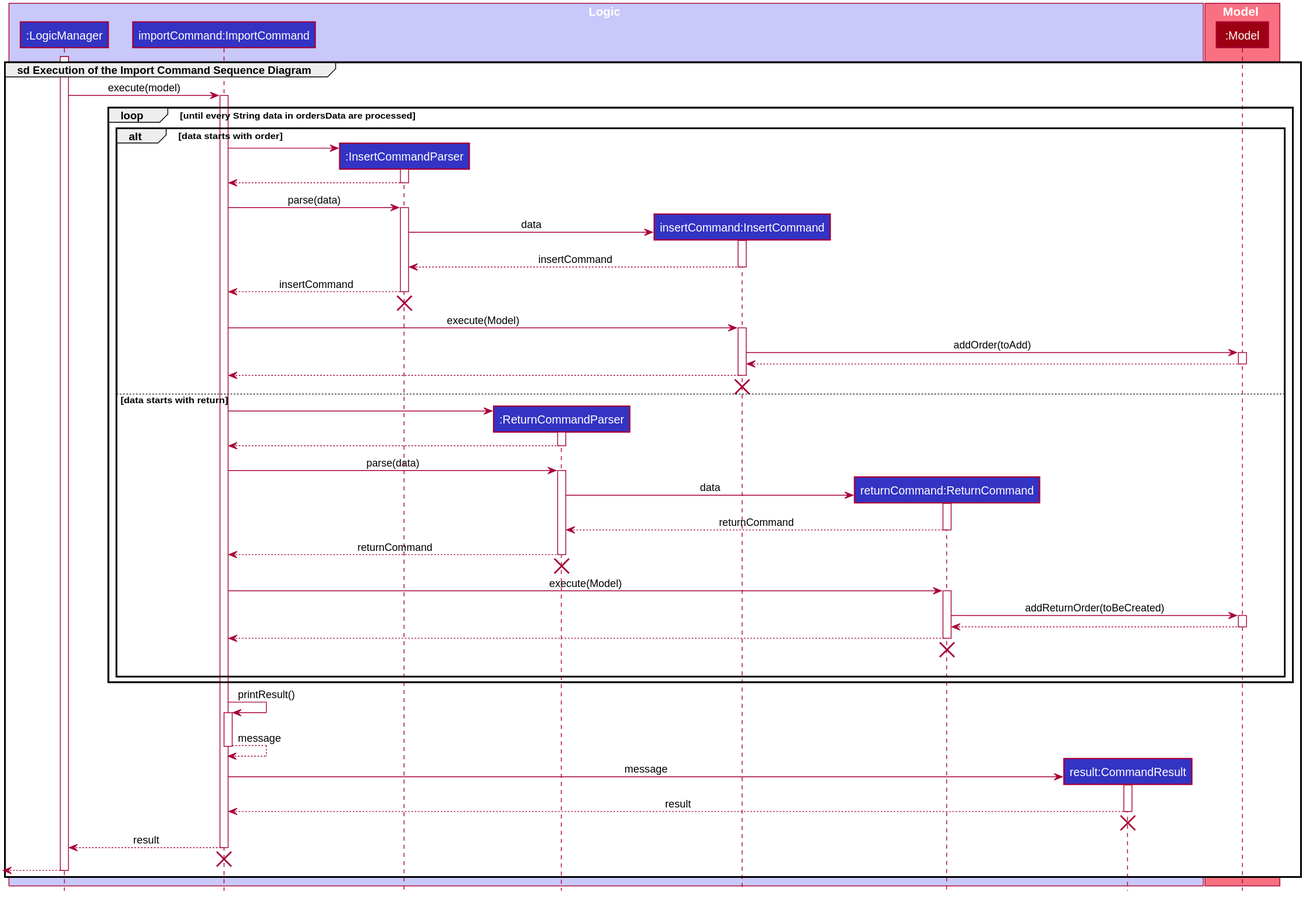
This is docs/images/ImportCommandSequenceDiagram2.svg from nus-cs2103-AY1920S2/addressbook-level3, a PlantUML export, as it was before one commit.
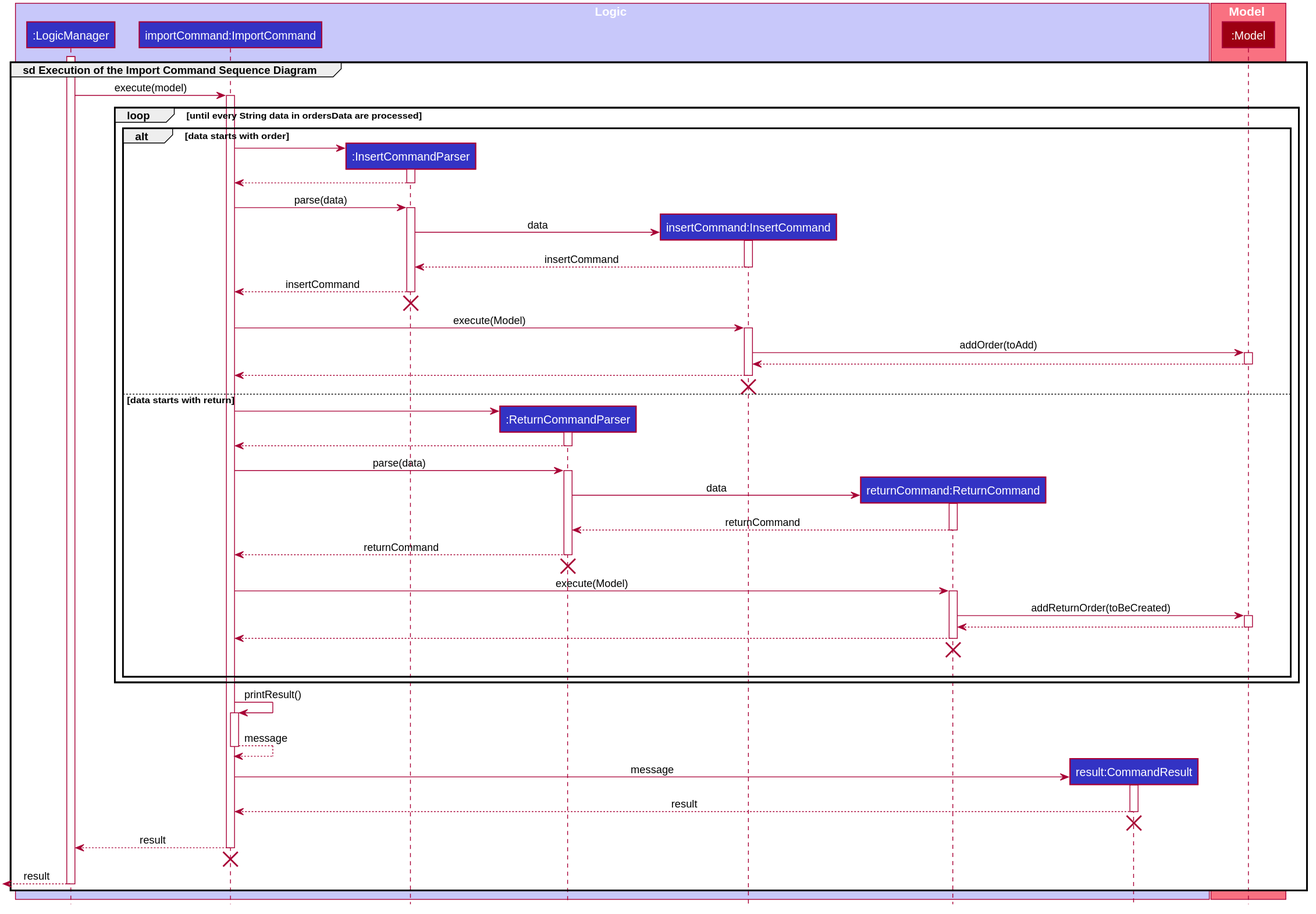
After the commit.

Diff of the diagram source:
```diff
@@ -143,7 +143,7 @@
 CommandResult -[hidden]-> ImportCommand
 destroy ImportCommand
 
-[<--LogicManager
+[<--LogicManager : result
 deactivate LogicManager
 
 end
```
